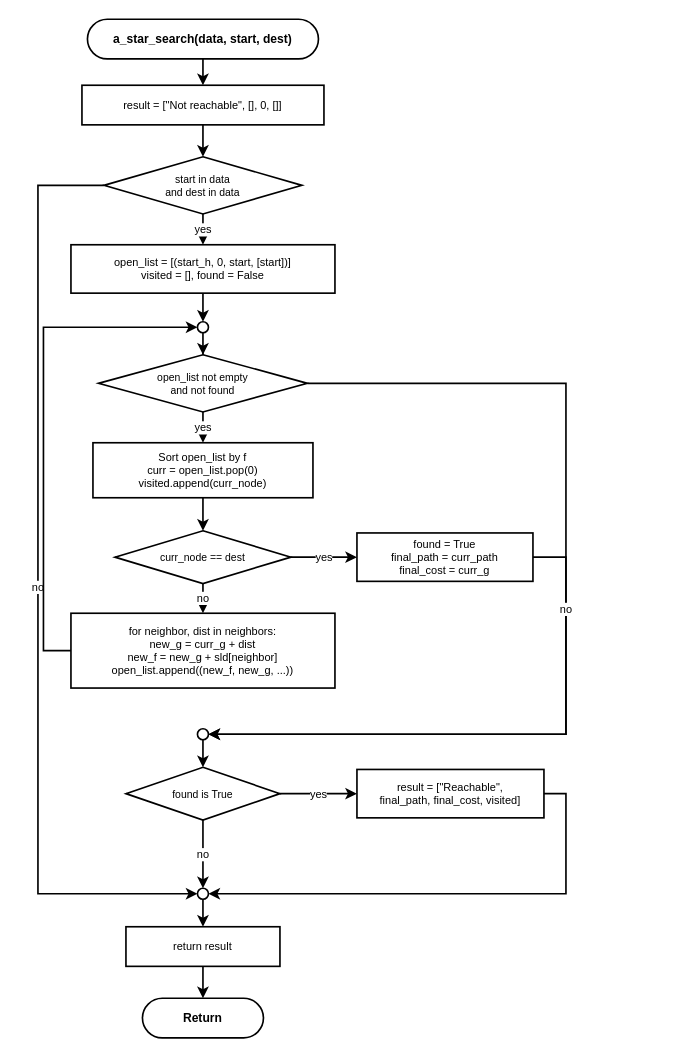
Earlier version of the draw.io diagram program002/flowchart/09_a_star_search.drawio (kittiphong064008-cyber/AI-Coding). Source tidied: cells renumbered, new cells numbered last; positions are measured from the earlier drawing's top-left corner, leaving out a move shared by most shapes. Both pictures are drawn from the tidied source at 110%, with x=0, y=0 at pixel (37, 19).
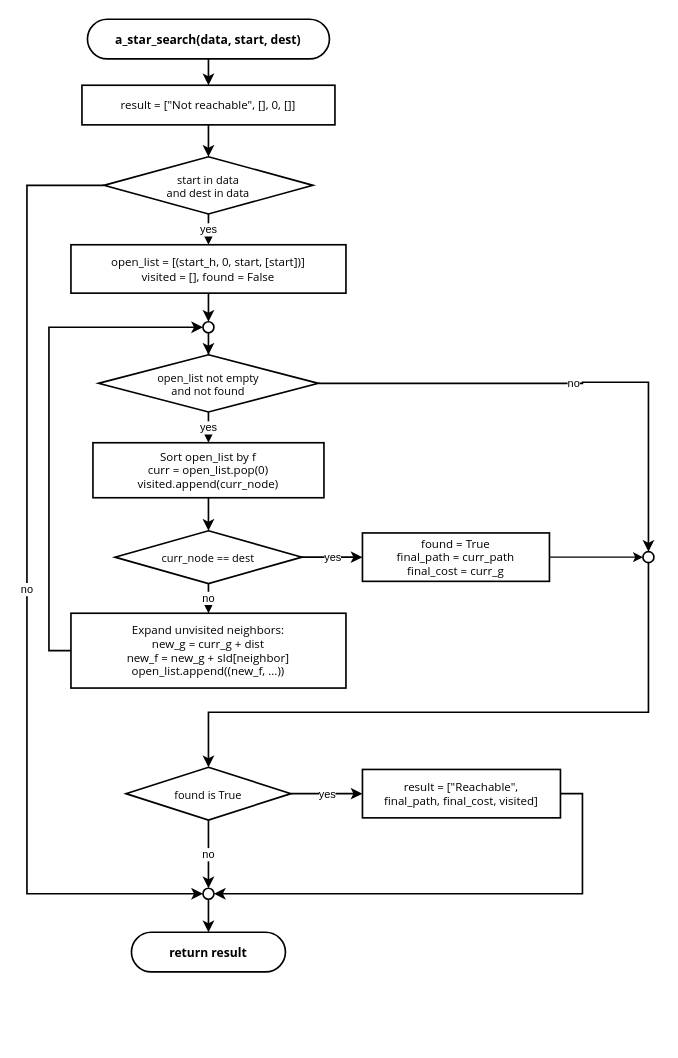
The same page after the edit.

The edit, as a diff of the source:
```diff
@@
-    <mxCell id="2" value="a_star_search(data, start, dest)" style="rounded=1;whiteSpace=wrap;html=1;arcSize=50;fillColor=#ffffff;strokeColor=#000000;strokeWidth=1.5;fontSize=11;fontFamily=Helvetica;fontStyle=1;" parent="1" vertex="1">
-      <mxGeometry x="45" width="210" height="36" as="geometry" />
+    <mxCell id="2" value="a_star_search(data, start, dest)" style="rounded=1;whiteSpace=wrap;html=1;arcSize=50;fillColor=#ffffff;strokeColor=#000000;strokeWidth=1.5;fontSize=11;fontFamily=Segoe UI;fontStyle=1;" parent="1" vertex="1">
+      <mxGeometry x="45" width="220" height="36" as="geometry" />
     </mxCell>
-    <mxCell id="3" value="result = [&quot;Not reachable&quot;, [], 0, []]" style="rounded=0;whiteSpace=wrap;html=1;fillColor=#ffffff;strokeColor=#000000;strokeWidth=1.5;fontSize=10;fontFamily=Helvetica;" parent="1" vertex="1">
-      <mxGeometry x="40" y="60" width="220" height="36" as="geometry" />
+    <mxCell id="3" value="result = [&quot;Not reachable&quot;, [], 0, []]" style="rounded=0;whiteSpace=wrap;html=1;fillColor=#ffffff;strokeColor=#000000;strokeWidth=1.5;fontSize=10.5;fontFamily=Segoe UI;" parent="1" vertex="1">
+      <mxGeometry x="40" y="60" width="230" height="36" as="geometry" />
     </mxCell>
-    <mxCell id="4" value="start in data&#10;and dest in data" style="rhombus;whiteSpace=wrap;html=1;fillColor=#ffffff;strokeColor=#000000;strokeWidth=1.5;fontSize=9.5;fontFamily=Helvetica;" parent="1" vertex="1">
-      <mxGeometry x="60" y="125" width="180" height="52" as="geometry" />
+    <mxCell id="4" value="start in data&#10;and dest in data" style="rhombus;whiteSpace=wrap;html=1;fillColor=#ffffff;strokeColor=#000000;strokeWidth=1.5;fontSize=10;fontFamily=Segoe UI;" parent="1" vertex="1">
+      <mxGeometry x="60" y="125" width="190" height="52" as="geometry" />
     </mxCell>
-    <mxCell id="5" value="open_list = [(start_h, 0, start, [start])]&#10;visited = [], found = False" style="rounded=0;whiteSpace=wrap;html=1;fillColor=#ffffff;strokeColor=#000000;strokeWidth=1.5;fontSize=10;fontFamily=Helvetica;" parent="1" vertex="1">
-      <mxGeometry x="30" y="205" width="240" height="44" as="geometry" />
+    <mxCell id="5" value="open_list = [(start_h, 0, start, [start])]&#10;visited = [], found = False" style="rounded=0;whiteSpace=wrap;html=1;fillColor=#ffffff;strokeColor=#000000;strokeWidth=1.5;fontSize=10.5;fontFamily=Segoe UI;" parent="1" vertex="1">
+      <mxGeometry x="30" y="205" width="250" height="44" as="geometry" />
     </mxCell>
     <mxCell id="6" style="ellipse;whiteSpace=wrap;html=1;fillColor=#ffffff;strokeColor=#000000;strokeWidth=1.5;" parent="1" vertex="1">
-      <mxGeometry x="145" y="275" width="10" height="10" as="geometry" />
+      <mxGeometry x="150" y="275" width="10" height="10" as="geometry" />
     </mxCell>
-    <mxCell id="7" value="open_list not empty&#10;and not found" style="rhombus;whiteSpace=wrap;html=1;fillColor=#ffffff;strokeColor=#000000;strokeWidth=1.5;fontSize=9.5;fontFamily=Helvetica;" parent="1" vertex="1">
-      <mxGeometry x="55" y="305" width="190" height="52" as="geometry" />
+    <mxCell id="7" value="open_list not empty&#10;and not found" style="rhombus;whiteSpace=wrap;html=1;fillColor=#ffffff;strokeColor=#000000;strokeWidth=1.5;fontSize=10;fontFamily=Segoe UI;" parent="1" vertex="1">
+      <mxGeometry x="55" y="305" width="200" height="52" as="geometry" />
     </mxCell>
-    <mxCell id="8" value="Sort open_list by f&#10;curr = open_list.pop(0)&#10;visited.append(curr_node)" style="rounded=0;whiteSpace=wrap;html=1;fillColor=#ffffff;strokeColor=#000000;strokeWidth=1.5;fontSize=10;fontFamily=Helvetica;" parent="1" vertex="1">
-      <mxGeometry x="50" y="385" width="200" height="50" as="geometry" />
+    <mxCell id="8" value="Sort open_list by f&#10;curr = open_list.pop(0)&#10;visited.append(curr_node)" style="rounded=0;whiteSpace=wrap;html=1;fillColor=#ffffff;strokeColor=#000000;strokeWidth=1.5;fontSize=10.5;fontFamily=Segoe UI;" parent="1" vertex="1">
+      <mxGeometry x="50" y="385" width="210" height="50" as="geometry" />
     </mxCell>
-    <mxCell id="9" value="curr_node == dest" style="rhombus;whiteSpace=wrap;html=1;fillColor=#ffffff;strokeColor=#000000;strokeWidth=1.5;fontSize=9.5;fontFamily=Helvetica;" parent="1" vertex="1">
-      <mxGeometry x="70" y="465" width="160" height="48" as="geometry" />
+    <mxCell id="9" value="curr_node == dest" style="rhombus;whiteSpace=wrap;html=1;fillColor=#ffffff;strokeColor=#000000;strokeWidth=1.5;fontSize=10;fontFamily=Segoe UI;" parent="1" vertex="1">
+      <mxGeometry x="70" y="465" width="170" height="48" as="geometry" />
     </mxCell>
+    <mxCell id="27" style="edgeStyle=orthogonalEdgeStyle;rounded=0;jettySize=auto;html=1;exitX=1;exitY=0.5;exitDx=0;exitDy=0;entryX=0;entryY=0.5;entryDx=0;entryDy=0;" parent="1" edge="1" source="10" target="12">
+      <mxGeometry relative="1" as="geometry" />
+    </mxCell>
-    <mxCell id="10" value="found = True&#10;final_path = curr_path&#10;final_cost = curr_g" style="rounded=0;whiteSpace=wrap;html=1;fillColor=#ffffff;strokeColor=#000000;strokeWidth=1.5;fontSize=10;fontFamily=Helvetica;" parent="1" vertex="1">
-      <mxGeometry x="290" y="467" width="160" height="44" as="geometry" />
+    <mxCell id="10" value="found = True&#10;final_path = curr_path&#10;final_cost = curr_g" style="rounded=0;whiteSpace=wrap;html=1;fillColor=#ffffff;strokeColor=#000000;strokeWidth=1.5;fontSize=10.5;fontFamily=Segoe UI;" parent="1" vertex="1">
+      <mxGeometry x="295" y="467" width="170" height="44" as="geometry" />
     </mxCell>
-    <mxCell id="11" value="for neighbor, dist in neighbors:&#10;new_g = curr_g + dist&#10;new_f = new_g + sld[neighbor]&#10;open_list.append((new_f, new_g, ...))" style="rounded=0;whiteSpace=wrap;html=1;fillColor=#ffffff;strokeColor=#000000;strokeWidth=1.5;fontSize=10;fontFamily=Helvetica;" parent="1" vertex="1">
-      <mxGeometry x="30" y="540" width="240" height="68" as="geometry" />
+    <mxCell id="11" value="Expand unvisited neighbors:&#10;new_g = curr_g + dist&#10;new_f = new_g + sld[neighbor]&#10;open_list.append((new_f, ...))" style="rounded=0;whiteSpace=wrap;html=1;fillColor=#ffffff;strokeColor=#000000;strokeWidth=1.5;fontSize=10.5;fontFamily=Segoe UI;" parent="1" vertex="1">
+      <mxGeometry x="30" y="540" width="250" height="68" as="geometry" />
     </mxCell>
     <mxCell id="12" style="ellipse;whiteSpace=wrap;html=1;fillColor=#ffffff;strokeColor=#000000;strokeWidth=1.5;" parent="1" vertex="1">
-      <mxGeometry x="145" y="645" width="10" height="10" as="geometry" />
+      <mxGeometry x="550" y="484" width="10" height="10" as="geometry" />
     </mxCell>
-    <mxCell id="13" value="found is True" style="rhombus;whiteSpace=wrap;html=1;fillColor=#ffffff;strokeColor=#000000;strokeWidth=1.5;fontSize=9.5;fontFamily=Helvetica;" parent="1" vertex="1">
-      <mxGeometry x="80" y="680" width="140" height="48" as="geometry" />
+    <mxCell id="13" value="found is True" style="rhombus;whiteSpace=wrap;html=1;fillColor=#ffffff;strokeColor=#000000;strokeWidth=1.5;fontSize=10;fontFamily=Segoe UI;" parent="1" vertex="1">
+      <mxGeometry x="80" y="680" width="150" height="48" as="geometry" />
     </mxCell>
-    <mxCell id="14" value="result = [&quot;Reachable&quot;,&#10;final_path, final_cost, visited]" style="rounded=0;whiteSpace=wrap;html=1;fillColor=#ffffff;strokeColor=#000000;strokeWidth=1.5;fontSize=10;fontFamily=Helvetica;" parent="1" vertex="1">
-      <mxGeometry x="290" y="682" width="170" height="44" as="geometry" />
+    <mxCell id="14" value="result = [&quot;Reachable&quot;,&#10;final_path, final_cost, visited]" style="rounded=0;whiteSpace=wrap;html=1;fillColor=#ffffff;strokeColor=#000000;strokeWidth=1.5;fontSize=10.5;fontFamily=Segoe UI;" parent="1" vertex="1">
+      <mxGeometry x="295" y="682" width="180" height="44" as="geometry" />
     </mxCell>
     <mxCell id="15" style="ellipse;whiteSpace=wrap;html=1;fillColor=#ffffff;strokeColor=#000000;strokeWidth=1.5;" parent="1" vertex="1">
-      <mxGeometry x="145" y="790" width="10" height="10" as="geometry" />
+      <mxGeometry x="150" y="790" width="10" height="10" as="geometry" />
     </mxCell>
-    <mxCell id="16" value="return result" style="rounded=0;whiteSpace=wrap;html=1;fillColor=#ffffff;strokeColor=#000000;strokeWidth=1.5;fontSize=10;fontFamily=Helvetica;" parent="1" vertex="1">
-      <mxGeometry x="80" y="825" width="140" height="36" as="geometry" />
-    </mxCell>
-    <mxCell id="17" value="Return" style="rounded=1;whiteSpace=wrap;html=1;arcSize=50;fillColor=#ffffff;strokeColor=#000000;strokeWidth=1.5;fontSize=11;fontFamily=Helvetica;fontStyle=1;" parent="1" vertex="1">
-      <mxGeometry x="95" y="890" width="110" height="36" as="geometry" />
+    <mxCell id="17" value="return result" style="rounded=1;whiteSpace=wrap;html=1;arcSize=50;fillColor=#ffffff;strokeColor=#000000;strokeWidth=1.5;fontSize=11;fontFamily=Segoe UI;fontStyle=1;" parent="1" vertex="1">
+      <mxGeometry x="85" y="830" width="140" height="36" as="geometry" />
     </mxCell>
@@
     <mxCell id="20" value="no" style="edgeStyle=orthogonalEdgeStyle;rounded=0;jettySize=auto;html=1;strokeWidth=1.5;strokeColor=#000000;fontSize=10;fontColor=#000000;exitX=0;exitY=0.5;exitDx=0;exitDy=0;entryX=0;entryY=0.5;entryDx=0;entryDy=0;" parent="1" edge="1" source="4" target="15">
       <mxGeometry relative="1" as="geometry">
         <Array as="points">
-          <mxPoint y="151" />
-          <mxPoint y="795" />
+          <mxPoint x="-10" y="151" />
+          <mxPoint x="-10" y="795" />
         </Array>
       </mxGeometry>
     </mxCell>
@@
-    <mxCell id="27" style="edgeStyle=orthogonalEdgeStyle;rounded=0;jettySize=auto;html=1;strokeWidth=1.5;strokeColor=#000000;fontSize=10;fontColor=#000000;exitX=1;exitY=0.5;exitDx=0;exitDy=0;entryX=1;entryY=0.5;entryDx=0;entryDy=0;" parent="1" edge="1" source="10" target="12">
-      <mxGeometry relative="1" as="geometry">
-        <Array as="points">
-          <mxPoint x="480" y="489" />
-          <mxPoint x="480" y="650" />
-        </Array>
-      </mxGeometry>
-    </mxCell>
-    <mxCell id="28" value="no" style="edgeStyle=orthogonalEdgeStyle;rounded=0;jettySize=auto;html=1;strokeWidth=1.5;strokeColor=#000000;fontSize=10;fontColor=#000000;exitX=1;exitY=0.5;exitDx=0;exitDy=0;entryX=1;entryY=0.5;entryDx=0;entryDy=0;" parent="1" edge="1" source="7" target="12">
-      <mxGeometry relative="1" as="geometry">
+    <mxCell id="28" value="no" style="edgeStyle=orthogonalEdgeStyle;rounded=0;jettySize=auto;html=1;strokeWidth=1.5;strokeColor=#000000;fontSize=10;fontColor=#000000;exitX=1;exitY=0.5;exitDx=0;exitDy=0;entryX=0.5;entryY=0;entryDx=0;entryDy=0;" parent="1" edge="1" source="7" target="12">
+      <mxGeometry x="0.02" relative="1" as="geometry">
         <Array as="points">
-          <mxPoint x="480" y="331" />
-          <mxPoint x="480" y="650" />
+          <mxPoint x="495" y="331" />
+          <mxPoint x="495" y="330" />
+          <mxPoint x="555" y="330" />
         </Array>
       </mxGeometry>
     </mxCell>
@@
     <mxCell id="30" style="edgeStyle=orthogonalEdgeStyle;rounded=0;jettySize=auto;html=1;strokeWidth=1.5;strokeColor=#000000;fontSize=10;fontColor=#000000;exitX=0;exitY=0.5;exitDx=0;exitDy=0;entryX=0;entryY=0.5;entryDx=0;entryDy=0;" parent="1" edge="1" source="11" target="6">
       <mxGeometry relative="1" as="geometry">
         <Array as="points">
-          <mxPoint x="5" y="574" />
-          <mxPoint x="5" y="280" />
+          <mxPoint x="10" y="574" />
+          <mxPoint x="10" y="280" />
         </Array>
       </mxGeometry>
     </mxCell>
     <mxCell id="31" style="edgeStyle=orthogonalEdgeStyle;rounded=0;jettySize=auto;html=1;strokeWidth=1.5;strokeColor=#000000;fontSize=10;fontColor=#000000;" parent="1" edge="1" source="12" target="13">
-      <mxGeometry relative="1" as="geometry" />
+      <mxGeometry relative="1" as="geometry">
+        <Array as="points">
+          <mxPoint x="555" y="630" />
+          <mxPoint x="155" y="630" />
+        </Array>
+      </mxGeometry>
     </mxCell>
@@
     <mxCell id="33" style="edgeStyle=orthogonalEdgeStyle;rounded=0;jettySize=auto;html=1;strokeWidth=1.5;strokeColor=#000000;fontSize=10;fontColor=#000000;exitX=1;exitY=0.5;exitDx=0;exitDy=0;entryX=1;entryY=0.5;entryDx=0;entryDy=0;" parent="1" edge="1" source="14" target="15">
       <mxGeometry relative="1" as="geometry">
         <Array as="points">
-          <mxPoint x="480" y="704" />
-          <mxPoint x="480" y="795" />
+          <mxPoint x="495" y="704" />
+          <mxPoint x="495" y="795" />
         </Array>
       </mxGeometry>
     </mxCell>
@@
-    <mxCell id="35" style="edgeStyle=orthogonalEdgeStyle;rounded=0;jettySize=auto;html=1;strokeWidth=1.5;strokeColor=#000000;fontSize=10;fontColor=#000000;" parent="1" edge="1" source="15" target="16">
+    <mxCell id="35" style="edgeStyle=orthogonalEdgeStyle;rounded=0;jettySize=auto;html=1;strokeWidth=1.5;strokeColor=#000000;fontSize=10;fontColor=#000000;" parent="1" edge="1" source="15" target="17">
       <mxGeometry relative="1" as="geometry" />
     </mxCell>
-    <mxCell id="36" style="edgeStyle=orthogonalEdgeStyle;rounded=0;jettySize=auto;html=1;strokeWidth=1.5;strokeColor=#000000;fontSize=10;fontColor=#000000;" parent="1" edge="1" source="16" target="17">
-      <mxGeometry relative="1" as="geometry" />
-    </mxCell>
```
